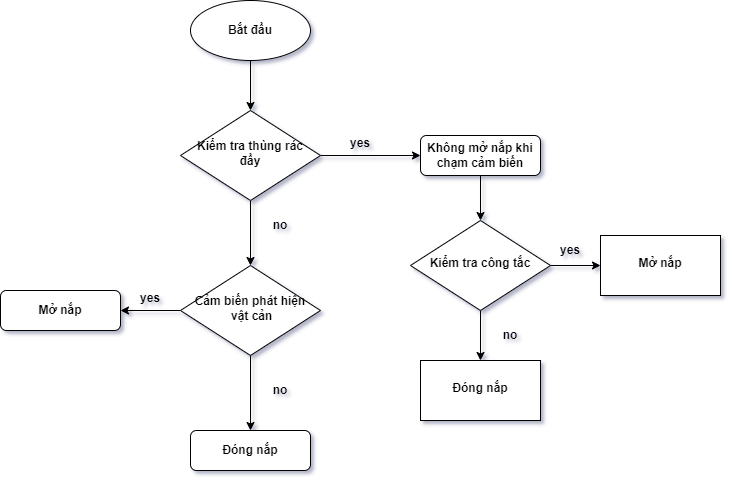
Above: Nguyen_Van_Tra_2018605649/Quyen_bao_cao/draw_io/luu_do_thuat_toan.drawio.png in lequangthinhhaui/doAn2022 (draw.io), before the change. Source tidied: cells renumbered, new cells last; positions are measured from the earlier drawing's top-left corner, leaving out a move shared by most shapes.
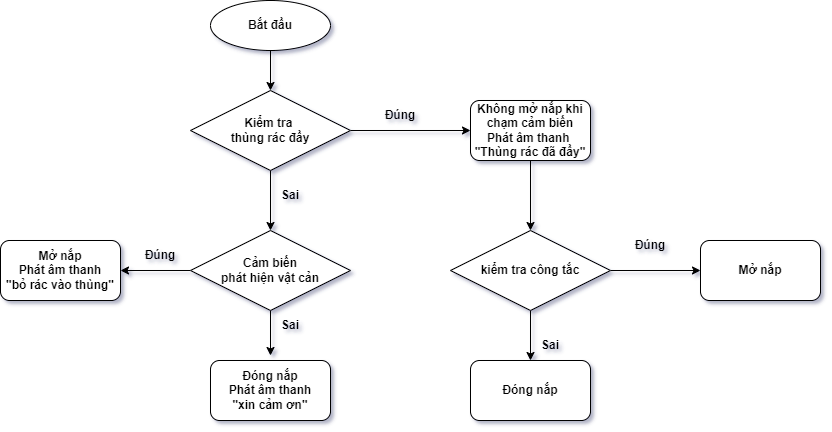
After the commit.

The edit, as a diff of the source:
```diff
@@ -2,76 +2,76 @@
   <root>
     <mxCell id="0" />
     <mxCell id="1" parent="0" />
-    <mxCell id="2" style="edgeStyle=orthogonalEdgeStyle;rounded=0;jettySize=auto;html=1;entryX=0.5;entryY=0;entryDx=0;entryDy=0;fontStyle=1;" parent="1" edge="1" source="4" target="19">
-      <mxGeometry relative="1" as="geometry" />
-    </mxCell>
-    <mxCell id="3" style="edgeStyle=orthogonalEdgeStyle;rounded=0;jettySize=auto;html=1;entryX=0;entryY=0.5;entryDx=0;entryDy=0;fontStyle=1;" parent="1" edge="1" source="4" target="6">
-      <mxGeometry relative="1" as="geometry" />
-    </mxCell>
-    <mxCell id="4" value="Kiểm tra thùng rác&lt;br&gt;đầy" style="rhombus;whiteSpace=wrap;html=1;shadow=0;fontFamily=Helvetica;fontSize=12;align=center;strokeWidth=1;spacing=6;spacingTop=-4;fontStyle=1;" parent="1" vertex="1">
-      <mxGeometry x="180" y="110" width="140" height="90" as="geometry" />
-    </mxCell>
-    <mxCell id="5" style="edgeStyle=orthogonalEdgeStyle;rounded=0;jettySize=auto;html=1;entryX=0.5;entryY=0;entryDx=0;entryDy=0;fontStyle=1;" parent="1" edge="1" source="6" target="13">
-      <mxGeometry relative="1" as="geometry" />
-    </mxCell>
-    <mxCell id="6" value="Không mở nắp khi chạm cảm biến" style="rounded=1;whiteSpace=wrap;html=1;fontSize=12;glass=0;strokeWidth=1;shadow=0;fontStyle=1;" parent="1" vertex="1">
-      <mxGeometry x="420" y="135" width="120" height="40" as="geometry" />
-    </mxCell>
-    <mxCell id="7" value="Đóng nắp" style="rounded=1;whiteSpace=wrap;html=1;fontSize=12;glass=0;strokeWidth=1;shadow=0;fontStyle=1;" parent="1" vertex="1">
-      <mxGeometry x="190" y="430" width="120" height="40" as="geometry" />
-    </mxCell>
-    <mxCell id="8" value="Mở nắp" style="rounded=1;whiteSpace=wrap;html=1;fontSize=12;glass=0;strokeWidth=1;shadow=0;fontStyle=1;" parent="1" vertex="1">
-      <mxGeometry y="290" width="120" height="40" as="geometry" />
-    </mxCell>
     <mxCell id="9" style="edgeStyle=orthogonalEdgeStyle;rounded=0;jettySize=auto;html=1;entryX=0.5;entryY=0;entryDx=0;entryDy=0;fontStyle=1;" parent="1" edge="1" source="10" target="4">
       <mxGeometry relative="1" as="geometry" />
     </mxCell>
     <mxCell id="10" value="Bắt đầu" style="ellipse;whiteSpace=wrap;html=1;fontStyle=1;" parent="1" vertex="1">
-      <mxGeometry x="190" width="120" height="60" as="geometry" />
+      <mxGeometry x="680" y="370" width="120" height="50" as="geometry" />
     </mxCell>
-    <mxCell id="11" style="edgeStyle=orthogonalEdgeStyle;rounded=0;jettySize=auto;html=1;fontStyle=1;" parent="1" edge="1" source="13" target="14">
-      <mxGeometry relative="1" as="geometry" />
-    </mxCell>
-    <mxCell id="12" style="edgeStyle=orthogonalEdgeStyle;rounded=0;jettySize=auto;html=1;fontStyle=1;" parent="1" edge="1" source="13" target="16">
-      <mxGeometry relative="1" as="geometry" />
-    </mxCell>
-    <mxCell id="13" value="Kiểm tra công tắc" style="rhombus;whiteSpace=wrap;html=1;shadow=0;fontFamily=Helvetica;fontSize=12;align=center;strokeWidth=1;spacing=6;spacingTop=-4;fontStyle=1;" parent="1" vertex="1">
-      <mxGeometry x="410" y="220" width="140" height="90" as="geometry" />
-    </mxCell>
-    <mxCell id="14" value="Mở nắp" style="whiteSpace=wrap;html=1;shadow=0;strokeWidth=1;spacing=6;spacingTop=-4;fontStyle=1;" parent="1" vertex="1">
-      <mxGeometry x="600" y="235" width="120" height="60" as="geometry" />
-    </mxCell>
-    <mxCell id="15" value="yes" style="text;html=1;strokeColor=none;fillColor=none;align=center;verticalAlign=middle;whiteSpace=wrap;rounded=0;fontStyle=1;" parent="1" vertex="1">
-      <mxGeometry x="540" y="235" width="60" height="30" as="geometry" />
-    </mxCell>
-    <mxCell id="16" value="Đóng nắp" style="whiteSpace=wrap;html=1;shadow=0;strokeWidth=1;spacing=6;spacingTop=-4;fontStyle=1;" parent="1" vertex="1">
-      <mxGeometry x="420" y="360" width="120" height="60" as="geometry" />
-    </mxCell>
-    <mxCell id="17" style="edgeStyle=orthogonalEdgeStyle;rounded=0;jettySize=auto;html=1;fontStyle=1;" parent="1" edge="1" source="19">
-      <mxGeometry relative="1" as="geometry">
-        <mxPoint x="250" y="430" as="targetPoint" />
-      </mxGeometry>
-    </mxCell>
-    <mxCell id="18" style="edgeStyle=orthogonalEdgeStyle;rounded=0;jettySize=auto;html=1;entryX=1;entryY=0.5;entryDx=0;entryDy=0;fontStyle=1;" parent="1" edge="1" source="19" target="8">
-      <mxGeometry relative="1" as="geometry" />
-    </mxCell>
+    <mxCell id="25" style="edgeStyle=orthogonalEdgeStyle;rounded=0;jettySize=auto;html=1;entryX=0;entryY=0.5;entryDx=0;entryDy=0;fontStyle=1;" parent="1" edge="1" source="4" target="29">
+      <mxGeometry relative="1" as="geometry" />
+    </mxCell>
+    <mxCell id="2" style="edgeStyle=orthogonalEdgeStyle;rounded=0;jettySize=auto;html=1;entryX=0.5;entryY=0;entryDx=0;entryDy=0;fontStyle=1;" parent="1" edge="1" source="4" target="19">
+      <mxGeometry relative="1" as="geometry" />
+    </mxCell>
+    <mxCell id="4" value="Kiểm tra &lt;br&gt;thùng rác đầy" style="rhombus;whiteSpace=wrap;html=1;fontStyle=1;" parent="1" vertex="1">
+      <mxGeometry x="660" y="460" width="160" height="80" as="geometry" />
+    </mxCell>
+    <mxCell id="26" style="edgeStyle=orthogonalEdgeStyle;rounded=0;jettySize=auto;html=1;entryX=0.5;entryY=0;entryDx=0;entryDy=0;fontStyle=1;" parent="1" edge="1" source="19">
+      <mxGeometry relative="1" as="geometry">
+        <mxPoint x="740" y="725" as="targetPoint" />
+      </mxGeometry>
+    </mxCell>
+    <mxCell id="27" style="edgeStyle=orthogonalEdgeStyle;rounded=0;jettySize=auto;html=1;entryX=1;entryY=0.5;entryDx=0;entryDy=0;fontStyle=1;" parent="1" edge="1" source="19" target="35">
+      <mxGeometry relative="1" as="geometry" />
+    </mxCell>
-    <mxCell id="19" value="Cảm biến phát hiện&lt;br&gt;&amp;nbsp;vật cản" style="rhombus;whiteSpace=wrap;html=1;shadow=0;fontFamily=Helvetica;fontSize=12;align=center;strokeWidth=1;spacing=6;spacingTop=-4;fontStyle=1;" parent="1" vertex="1">
-      <mxGeometry x="180" y="265" width="140" height="90" as="geometry" />
+    <mxCell id="19" value="Cảm biến&lt;br&gt;phát hiện vật cản" style="rhombus;whiteSpace=wrap;html=1;fontStyle=1;" parent="1" vertex="1">
+      <mxGeometry x="660" y="600" width="160" height="80" as="geometry" />
     </mxCell>
-    <mxCell id="20" value="no" style="text;html=1;strokeColor=none;fillColor=none;align=center;verticalAlign=middle;whiteSpace=wrap;rounded=0;fontStyle=1;" parent="1" vertex="1">
-      <mxGeometry x="480" y="320" width="60" height="30" as="geometry" />
-    </mxCell>
-    <mxCell id="21" value="no" style="text;html=1;strokeColor=none;fillColor=none;align=center;verticalAlign=middle;whiteSpace=wrap;rounded=0;fontStyle=1;" parent="1" vertex="1">
-      <mxGeometry x="250" y="375" width="60" height="30" as="geometry" />
-    </mxCell>
-    <mxCell id="22" value="yes" style="text;html=1;strokeColor=none;fillColor=none;align=center;verticalAlign=middle;whiteSpace=wrap;rounded=0;fontStyle=1;" parent="1" vertex="1">
-      <mxGeometry x="120" y="285" width="60" height="25" as="geometry" />
-    </mxCell>
-    <mxCell id="23" value="yes" style="text;html=1;strokeColor=none;fillColor=none;align=center;verticalAlign=middle;whiteSpace=wrap;rounded=0;fontStyle=1;" parent="1" vertex="1">
-      <mxGeometry x="330" y="130" width="60" height="25" as="geometry" />
-    </mxCell>
-    <mxCell id="24" value="no" style="text;html=1;strokeColor=none;fillColor=none;align=center;verticalAlign=middle;whiteSpace=wrap;rounded=0;fontStyle=1;" parent="1" vertex="1">
-      <mxGeometry x="250" y="210" width="60" height="30" as="geometry" />
-    </mxCell>
+    <mxCell id="28" style="edgeStyle=orthogonalEdgeStyle;rounded=0;jettySize=auto;html=1;entryX=0.5;entryY=0;entryDx=0;entryDy=0;fontStyle=1;" parent="1" edge="1" source="29" target="32">
+      <mxGeometry relative="1" as="geometry" />
+    </mxCell>
+    <mxCell id="29" value="Không mở nắp khi chạm cảm biến&lt;br&gt;Phát âm thanh &lt;br&gt;&quot;Thùng rác đã đầy&quot;" style="rounded=1;whiteSpace=wrap;html=1;fontStyle=1;" parent="1" vertex="1">
+      <mxGeometry x="940" y="470" width="120" height="60" as="geometry" />
+    </mxCell>
+    <mxCell id="30" style="edgeStyle=orthogonalEdgeStyle;rounded=0;jettySize=auto;html=1;entryX=0;entryY=0.5;entryDx=0;entryDy=0;fontStyle=1;" parent="1" edge="1" source="32" target="34">
+      <mxGeometry relative="1" as="geometry" />
+    </mxCell>
+    <mxCell id="31" style="edgeStyle=orthogonalEdgeStyle;rounded=0;jettySize=auto;html=1;entryX=0.5;entryY=0;entryDx=0;entryDy=0;fontStyle=1;" parent="1" edge="1" source="32" target="36">
+      <mxGeometry relative="1" as="geometry" />
+    </mxCell>
+    <mxCell id="32" value="kiểm tra công tắc" style="rhombus;whiteSpace=wrap;html=1;fontStyle=1;" parent="1" vertex="1">
+      <mxGeometry x="920" y="600" width="160" height="80" as="geometry" />
+    </mxCell>
+    <mxCell id="33" value="Đóng nắp&lt;br&gt;Phát âm thanh&lt;br&gt;&quot;xin cảm ơn&quot;" style="rounded=1;whiteSpace=wrap;html=1;fontStyle=1;" parent="1" vertex="1">
+      <mxGeometry x="680" y="730" width="120" height="60" as="geometry" />
+    </mxCell>
+    <mxCell id="34" value="Mở nắp" style="rounded=1;whiteSpace=wrap;html=1;fontStyle=1;" parent="1" vertex="1">
+      <mxGeometry x="1170" y="610" width="120" height="60" as="geometry" />
+    </mxCell>
+    <mxCell id="35" value="Mở nắp&lt;br&gt;Phát âm thanh&lt;br&gt;&quot;bỏ rác vào thùng&quot;" style="rounded=1;whiteSpace=wrap;html=1;fontStyle=1;" parent="1" vertex="1">
+      <mxGeometry x="470" y="610" width="120" height="60" as="geometry" />
+    </mxCell>
+    <mxCell id="36" value="Đóng nắp" style="rounded=1;whiteSpace=wrap;html=1;fontStyle=1;" parent="1" vertex="1">
+      <mxGeometry x="940" y="730" width="120" height="60" as="geometry" />
+    </mxCell>
+    <mxCell id="37" value="Đúng" style="text;html=1;strokeColor=none;fillColor=none;align=center;verticalAlign=middle;whiteSpace=wrap;rounded=0;fontStyle=1;" parent="1" vertex="1">
+      <mxGeometry x="840" y="470" width="60" height="30" as="geometry" />
+    </mxCell>
+    <mxCell id="38" value="Sai" style="text;html=1;strokeColor=none;fillColor=none;align=center;verticalAlign=middle;whiteSpace=wrap;rounded=0;fontStyle=1;" parent="1" vertex="1">
+      <mxGeometry x="740" y="550" width="40" height="30" as="geometry" />
+    </mxCell>
+    <mxCell id="39" value="Đúng" style="text;html=1;strokeColor=none;fillColor=none;align=center;verticalAlign=middle;whiteSpace=wrap;rounded=0;fontStyle=1;" parent="1" vertex="1">
+      <mxGeometry x="1090" y="600" width="60" height="30" as="geometry" />
+    </mxCell>
+    <mxCell id="40" value="Sai" style="text;html=1;strokeColor=none;fillColor=none;align=center;verticalAlign=middle;whiteSpace=wrap;rounded=0;fontStyle=1;" parent="1" vertex="1">
+      <mxGeometry x="1000" y="700" width="40" height="30" as="geometry" />
+    </mxCell>
+    <mxCell id="41" value="Sai" style="text;html=1;strokeColor=none;fillColor=none;align=center;verticalAlign=middle;whiteSpace=wrap;rounded=0;fontStyle=1;" parent="1" vertex="1">
+      <mxGeometry x="740" y="680" width="40" height="30" as="geometry" />
+    </mxCell>
+    <mxCell id="42" value="Đúng" style="text;html=1;strokeColor=none;fillColor=none;align=center;verticalAlign=middle;whiteSpace=wrap;rounded=0;fontStyle=1;" parent="1" vertex="1">
+      <mxGeometry x="600" y="610" width="60" height="30" as="geometry" />
+    </mxCell>
   </root>
 </mxGraphModel>
```
